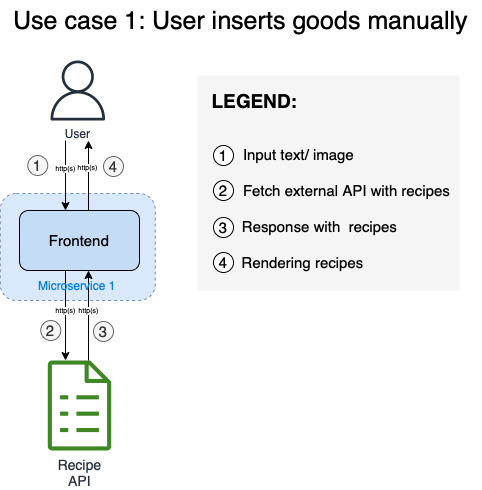
Earlier version of the draw.io export doc/architecture/bell-solution-architecture-UC-1.png (halaoner/bell-basel-hack-2022). Source tidied: cells renumbered, new cells last; positions are measured from the earlier drawing's top-left corner, leaving out a move shared by most shapes. Source of this version:
```xml
<mxGraphModel>
  <root>
    <mxCell id="0" />
    <mxCell id="1" parent="0" />
    <mxCell id="2" style="rounded=0;whiteSpace=wrap;html=1;fontSize=19;fillColor=#f5f5f5;fontColor=#333333;strokeColor=none;" parent="1" vertex="1">
      <mxGeometry x="197" y="75" width="262" height="215" as="geometry" />
    </mxCell>
    <mxCell id="3" style="rounded=1;whiteSpace=wrap;html=1;fontSize=7;dashed=1;fillColor=#dae8fc;strokeColor=#6c8ebf;" parent="1" vertex="1">
      <mxGeometry x="-0.2" y="193" width="155" height="107" as="geometry" />
    </mxCell>
    <mxCell id="4" value="&lt;font style=&quot;font-size: 14px;&quot;&gt;Recipe&lt;br&gt;API&lt;/font&gt;" style="sketch=0;fontColor=#232F3E;gradientColor=none;fillColor=#3F8624;strokeColor=none;dashed=0;verticalLabelPosition=bottom;verticalAlign=top;align=center;html=1;fontSize=12;fontStyle=0;shape=mxgraph.aws4.iot_greengrass_recipe;" parent="1" vertex="1">
      <mxGeometry x="47.3" y="360" width="63.5" height="90" as="geometry" />
    </mxCell>
    <mxCell id="5" style="edgeStyle=orthogonalEdgeStyle;rounded=0;orthogonalLoop=1;jettySize=auto;html=1;fontSize=15;startArrow=none;startFill=0;endArrow=classic;endFill=1;" parent="1" edge="1">
      <mxGeometry relative="1" as="geometry">
        <mxPoint x="65" y="270" as="sourcePoint" />
        <mxPoint x="65" y="360" as="targetPoint" />
      </mxGeometry>
    </mxCell>
    <mxCell id="6" value="http(s)" style="edgeLabel;html=1;align=center;verticalAlign=middle;fontSize=7;fontColor=#000000;" parent="5" vertex="1">
      <mxGeometry x="-0.13" relative="1" as="geometry" />
    </mxCell>
    <mxCell id="7" style="edgeStyle=orthogonalEdgeStyle;rounded=0;orthogonalLoop=1;jettySize=auto;html=1;fontSize=15;startArrow=classic;startFill=1;endArrow=none;endFill=0;" parent="1" edge="1">
      <mxGeometry relative="1" as="geometry">
        <mxPoint x="88" y="270" as="sourcePoint" />
        <mxPoint x="88" y="360" as="targetPoint" />
      </mxGeometry>
    </mxCell>
    <mxCell id="8" value="http(s)" style="edgeLabel;html=1;align=center;verticalAlign=middle;fontSize=7;fontColor=#000000;" parent="7" vertex="1">
      <mxGeometry x="-0.13" relative="1" as="geometry" />
    </mxCell>
    <mxCell id="9" style="edgeStyle=orthogonalEdgeStyle;rounded=0;orthogonalLoop=1;jettySize=auto;html=1;fontSize=15;startArrow=classic;startFill=1;endArrow=none;endFill=0;" parent="1" edge="1">
      <mxGeometry relative="1" as="geometry">
        <mxPoint x="65" y="210" as="sourcePoint" />
        <mxPoint x="65" y="140" as="targetPoint" />
      </mxGeometry>
    </mxCell>
    <mxCell id="10" value="http(s)" style="edgeLabel;html=1;align=center;verticalAlign=middle;fontSize=7;fontColor=#000000;" parent="9" vertex="1">
      <mxGeometry x="0.22" relative="1" as="geometry" />
    </mxCell>
    <mxCell id="11" value="&lt;font style=&quot;font-size: 15px;&quot;&gt;Frontend&lt;/font&gt;" style="rounded=1;whiteSpace=wrap;html=1;fillColor=#C4DCF5;" parent="1" vertex="1">
      <mxGeometry x="19" y="210" width="120" height="60" as="geometry" />
    </mxCell>
    <mxCell id="12" value="User" style="sketch=0;fontColor=#232F3E;gradientColor=none;fillColor=#232F3D;strokeColor=none;dashed=0;verticalLabelPosition=bottom;verticalAlign=top;align=center;html=1;fontSize=12;fontStyle=0;shape=mxgraph.aws4.user;" parent="1" vertex="1">
      <mxGeometry x="47.3" y="60" width="60" height="60" as="geometry" />
    </mxCell>
    <mxCell id="13" style="edgeStyle=orthogonalEdgeStyle;rounded=0;orthogonalLoop=1;jettySize=auto;html=1;fontSize=15;startArrow=none;startFill=0;endArrow=classic;endFill=1;" parent="1" edge="1">
      <mxGeometry relative="1" as="geometry">
        <mxPoint x="88" y="210" as="sourcePoint" />
        <mxPoint x="88" y="140" as="targetPoint" />
      </mxGeometry>
    </mxCell>
    <mxCell id="14" value="http(s)" style="edgeLabel;html=1;align=center;verticalAlign=middle;fontSize=7;fontColor=#000000;" parent="13" vertex="1">
      <mxGeometry x="0.29" y="1" relative="1" as="geometry">
        <mxPoint y="2" as="offset" />
      </mxGeometry>
    </mxCell>
    <mxCell id="15" value="Input text/ image" style="text;html=1;align=center;verticalAlign=middle;strokeColor=none;fillColor=none;fontSize=15;" parent="1" vertex="1">
      <mxGeometry x="233" y="139" width="130" height="30" as="geometry" />
    </mxCell>
    <mxCell id="16" value="Response with &amp;nbsp;recipes" style="text;html=1;align=center;verticalAlign=middle;strokeColor=none;fillColor=none;fontSize=15;" parent="1" vertex="1">
      <mxGeometry x="229" y="211" width="180" height="30" as="geometry" />
    </mxCell>
    <mxCell id="17" value="1" style="ellipse;whiteSpace=wrap;html=1;fontSize=15;" parent="1" vertex="1">
      <mxGeometry x="213" y="145" width="20" height="20" as="geometry" />
    </mxCell>
    <mxCell id="18" value="3" style="ellipse;whiteSpace=wrap;html=1;fontSize=15;" parent="1" vertex="1">
      <mxGeometry x="213" y="217" width="20" height="20" as="geometry" />
    </mxCell>
    <mxCell id="19" value="2" style="ellipse;whiteSpace=wrap;html=1;fontSize=15;" parent="1" vertex="1">
      <mxGeometry x="213" y="180" width="20" height="20" as="geometry" />
    </mxCell>
    <mxCell id="20" value="Fetch external API with recipes" style="text;html=1;align=center;verticalAlign=middle;strokeColor=none;fillColor=none;fontSize=15;" parent="1" vertex="1">
      <mxGeometry x="231" y="175" width="230" height="30" as="geometry" />
    </mxCell>
    <mxCell id="21" value="1" style="ellipse;whiteSpace=wrap;html=1;fontSize=15;fillColor=#f5f5f5;fontColor=#333333;strokeColor=#666666;" parent="1" vertex="1">
      <mxGeometry x="27.3" y="155" width="20" height="20" as="geometry" />
    </mxCell>
    <mxCell id="22" value="2" style="ellipse;whiteSpace=wrap;html=1;fontSize=15;fillColor=#f5f5f5;fontColor=#333333;strokeColor=#666666;" parent="1" vertex="1">
      <mxGeometry x="40.3" y="320" width="20" height="20" as="geometry" />
    </mxCell>
    <mxCell id="23" value="3" style="ellipse;whiteSpace=wrap;html=1;fontSize=15;fillColor=#f5f5f5;fontColor=#333333;strokeColor=#666666;" parent="1" vertex="1">
      <mxGeometry x="93" y="321" width="20" height="20" as="geometry" />
    </mxCell>
    <mxCell id="24" value="4" style="ellipse;whiteSpace=wrap;html=1;fontSize=15;fillColor=#f5f5f5;fontColor=#333333;strokeColor=#666666;" parent="1" vertex="1">
      <mxGeometry x="103" y="156" width="20" height="20" as="geometry" />
    </mxCell>
    <mxCell id="25" value="Rendering recipes" style="text;html=1;align=center;verticalAlign=middle;strokeColor=none;fillColor=none;fontSize=15;" parent="1" vertex="1">
      <mxGeometry x="227" y="247" width="150" height="30" as="geometry" />
    </mxCell>
    <mxCell id="26" value="4" style="ellipse;whiteSpace=wrap;html=1;fontSize=15;" parent="1" vertex="1">
      <mxGeometry x="213" y="252" width="20" height="20" as="geometry" />
    </mxCell>
    <mxCell id="27" value="&lt;font style=&quot;font-size: 25px;&quot;&gt;Use case 1: User inserts goods manually&lt;/font&gt;" style="text;html=1;align=center;verticalAlign=middle;strokeColor=none;fillColor=none;fontSize=19;" parent="1" vertex="1">
      <mxGeometry x="-0.2" width="480" height="40" as="geometry" />
    </mxCell>
    <mxCell id="28" value="&lt;font style=&quot;font-size: 19px;&quot;&gt;LEGEND:&lt;/font&gt;" style="text;html=1;align=center;verticalAlign=middle;strokeColor=none;fillColor=none;fontSize=15;fontStyle=1;" parent="1" vertex="1">
      <mxGeometry x="199" y="80" width="110" height="40" as="geometry" />
    </mxCell>
    <mxCell id="29" value="&lt;font color=&quot;#007fff&quot; style=&quot;font-size: 12px;&quot;&gt;Microservice 1&lt;/font&gt;" style="text;html=1;strokeColor=none;fillColor=none;align=center;verticalAlign=middle;whiteSpace=wrap;rounded=0;dashed=1;fontSize=7;" parent="1" vertex="1">
      <mxGeometry x="22.3" y="275" width="110" height="19" as="geometry" />
    </mxCell>
  </root>
</mxGraphModel>
```
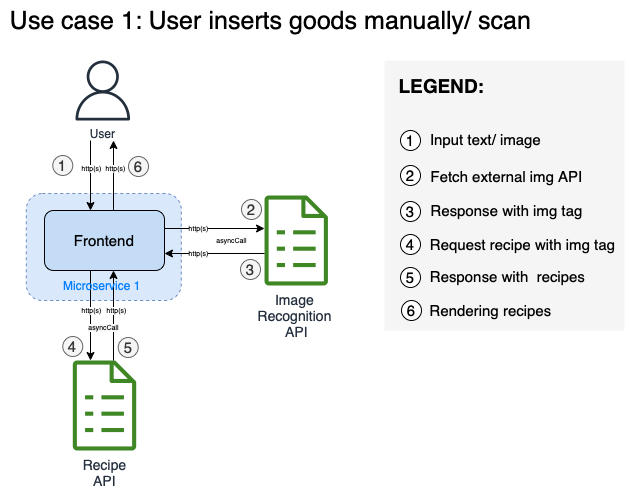
The same diagram one commit later.

Commit message:
Update architecture diagram

Change to the diagram source:
```diff
@@ -3,10 +3,10 @@
     <mxCell id="0" />
     <mxCell id="1" parent="0" />
     <mxCell id="2" style="rounded=0;whiteSpace=wrap;html=1;fontSize=19;fillColor=#f5f5f5;fontColor=#333333;strokeColor=none;" parent="1" vertex="1">
-      <mxGeometry x="197" y="75" width="262" height="215" as="geometry" />
+      <mxGeometry x="359" y="60" width="240" height="270" as="geometry" />
     </mxCell>
     <mxCell id="3" style="rounded=1;whiteSpace=wrap;html=1;fontSize=7;dashed=1;fillColor=#dae8fc;strokeColor=#6c8ebf;" parent="1" vertex="1">
-      <mxGeometry x="-0.2" y="193" width="155" height="107" as="geometry" />
+      <mxGeometry x="0.8" y="193" width="155" height="107" as="geometry" />
     </mxCell>
     <mxCell id="4" value="&lt;font style=&quot;font-size: 14px;&quot;&gt;Recipe&lt;br&gt;API&lt;/font&gt;" style="sketch=0;fontColor=#232F3E;gradientColor=none;fillColor=#3F8624;strokeColor=none;dashed=0;verticalLabelPosition=bottom;verticalAlign=top;align=center;html=1;fontSize=12;fontStyle=0;shape=mxgraph.aws4.iot_greengrass_recipe;" parent="1" vertex="1">
       <mxGeometry x="47.3" y="360" width="63.5" height="90" as="geometry" />
@@ -27,8 +27,15 @@
       </mxGeometry>
     </mxCell>
     <mxCell id="8" value="http(s)" style="edgeLabel;html=1;align=center;verticalAlign=middle;fontSize=7;fontColor=#000000;" parent="7" vertex="1">
-      <mxGeometry x="-0.13" relative="1" as="geometry" />
+      <mxGeometry x="-0.13" relative="1" as="geometry">
+        <mxPoint x="2" as="offset" />
+      </mxGeometry>
     </mxCell>
+    <mxCell id="30" value="&lt;span style=&quot;background-color: rgb(248, 249, 250);&quot;&gt;asyncCall&lt;/span&gt;" style="edgeLabel;html=1;align=center;verticalAlign=middle;fontSize=7;" parent="7" vertex="1">
+      <mxGeometry x="0.23" relative="1" as="geometry">
+        <mxPoint x="-11" as="offset" />
+      </mxGeometry>
+    </mxCell>
     <mxCell id="9" style="edgeStyle=orthogonalEdgeStyle;rounded=0;orthogonalLoop=1;jettySize=auto;html=1;fontSize=15;startArrow=classic;startFill=1;endArrow=none;endFill=0;" parent="1" edge="1">
       <mxGeometry relative="1" as="geometry">
         <mxPoint x="65" y="210" as="sourcePoint" />
@@ -52,53 +59,95 @@
     </mxCell>
     <mxCell id="14" value="http(s)" style="edgeLabel;html=1;align=center;verticalAlign=middle;fontSize=7;fontColor=#000000;" parent="13" vertex="1">
       <mxGeometry x="0.29" y="1" relative="1" as="geometry">
-        <mxPoint y="2" as="offset" />
+        <mxPoint x="2" y="2" as="offset" />
       </mxGeometry>
     </mxCell>
     <mxCell id="15" value="Input text/ image" style="text;html=1;align=center;verticalAlign=middle;strokeColor=none;fillColor=none;fontSize=15;" parent="1" vertex="1">
-      <mxGeometry x="233" y="139" width="130" height="30" as="geometry" />
+      <mxGeometry x="395" y="124" width="130" height="30" as="geometry" />
     </mxCell>
-    <mxCell id="16" value="Response with &amp;nbsp;recipes" style="text;html=1;align=center;verticalAlign=middle;strokeColor=none;fillColor=none;fontSize=15;" parent="1" vertex="1">
-      <mxGeometry x="229" y="211" width="180" height="30" as="geometry" />
+    <mxCell id="16" value="Response with img tag" style="text;html=1;align=center;verticalAlign=middle;strokeColor=none;fillColor=none;fontSize=15;" parent="1" vertex="1">
+      <mxGeometry x="391" y="195" width="180" height="30" as="geometry" />
     </mxCell>
     <mxCell id="17" value="1" style="ellipse;whiteSpace=wrap;html=1;fontSize=15;" parent="1" vertex="1">
-      <mxGeometry x="213" y="145" width="20" height="20" as="geometry" />
+      <mxGeometry x="375" y="130" width="20" height="20" as="geometry" />
     </mxCell>
     <mxCell id="18" value="3" style="ellipse;whiteSpace=wrap;html=1;fontSize=15;" parent="1" vertex="1">
-      <mxGeometry x="213" y="217" width="20" height="20" as="geometry" />
+      <mxGeometry x="375" y="201" width="20" height="20" as="geometry" />
     </mxCell>
     <mxCell id="19" value="2" style="ellipse;whiteSpace=wrap;html=1;fontSize=15;" parent="1" vertex="1">
-      <mxGeometry x="213" y="180" width="20" height="20" as="geometry" />
+      <mxGeometry x="375" y="165" width="20" height="20" as="geometry" />
     </mxCell>
-    <mxCell id="20" value="Fetch external API with recipes" style="text;html=1;align=center;verticalAlign=middle;strokeColor=none;fillColor=none;fontSize=15;" parent="1" vertex="1">
-      <mxGeometry x="231" y="175" width="230" height="30" as="geometry" />
+    <mxCell id="20" value="Fetch external img API" style="text;html=1;align=center;verticalAlign=middle;strokeColor=none;fillColor=none;fontSize=15;" parent="1" vertex="1">
+      <mxGeometry x="391" y="161" width="180" height="30" as="geometry" />
     </mxCell>
     <mxCell id="21" value="1" style="ellipse;whiteSpace=wrap;html=1;fontSize=15;fillColor=#f5f5f5;fontColor=#333333;strokeColor=#666666;" parent="1" vertex="1">
       <mxGeometry x="27.3" y="155" width="20" height="20" as="geometry" />
     </mxCell>
-    <mxCell id="22" value="2" style="ellipse;whiteSpace=wrap;html=1;fontSize=15;fillColor=#f5f5f5;fontColor=#333333;strokeColor=#666666;" parent="1" vertex="1">
-      <mxGeometry x="40.3" y="320" width="20" height="20" as="geometry" />
+    <mxCell id="22" value="4" style="ellipse;whiteSpace=wrap;html=1;fontSize=15;fillColor=#f5f5f5;fontColor=#333333;strokeColor=#666666;" parent="1" vertex="1">
+      <mxGeometry x="37.3" y="336" width="20" height="20" as="geometry" />
     </mxCell>
-    <mxCell id="23" value="3" style="ellipse;whiteSpace=wrap;html=1;fontSize=15;fillColor=#f5f5f5;fontColor=#333333;strokeColor=#666666;" parent="1" vertex="1">
-      <mxGeometry x="93" y="321" width="20" height="20" as="geometry" />
+    <mxCell id="23" value="5" style="ellipse;whiteSpace=wrap;html=1;fontSize=15;fillColor=#f5f5f5;fontColor=#333333;strokeColor=#666666;" parent="1" vertex="1">
+      <mxGeometry x="92.7" y="337" width="20" height="20" as="geometry" />
     </mxCell>
-    <mxCell id="24" value="4" style="ellipse;whiteSpace=wrap;html=1;fontSize=15;fillColor=#f5f5f5;fontColor=#333333;strokeColor=#666666;" parent="1" vertex="1">
+    <mxCell id="24" value="6" style="ellipse;whiteSpace=wrap;html=1;fontSize=15;fillColor=#f5f5f5;fontColor=#333333;strokeColor=#666666;" parent="1" vertex="1">
       <mxGeometry x="103" y="156" width="20" height="20" as="geometry" />
     </mxCell>
-    <mxCell id="25" value="Rendering recipes" style="text;html=1;align=center;verticalAlign=middle;strokeColor=none;fillColor=none;fontSize=15;" parent="1" vertex="1">
-      <mxGeometry x="227" y="247" width="150" height="30" as="geometry" />
+    <mxCell id="25" value="Request recipe with img tag" style="text;html=1;align=center;verticalAlign=middle;strokeColor=none;fillColor=none;fontSize=15;" parent="1" vertex="1">
+      <mxGeometry x="392" y="229" width="210" height="30" as="geometry" />
     </mxCell>
     <mxCell id="26" value="4" style="ellipse;whiteSpace=wrap;html=1;fontSize=15;" parent="1" vertex="1">
-      <mxGeometry x="213" y="252" width="20" height="20" as="geometry" />
+      <mxGeometry x="375" y="234" width="20" height="20" as="geometry" />
     </mxCell>
-    <mxCell id="27" value="&lt;font style=&quot;font-size: 25px;&quot;&gt;Use case 1: User inserts goods manually&lt;/font&gt;" style="text;html=1;align=center;verticalAlign=middle;strokeColor=none;fillColor=none;fontSize=19;" parent="1" vertex="1">
-      <mxGeometry x="-0.2" width="480" height="40" as="geometry" />
+    <mxCell id="27" value="&lt;font style=&quot;font-size: 25px;&quot;&gt;Use case 1: User inserts goods manually/ scan&lt;/font&gt;" style="text;html=1;align=center;verticalAlign=middle;strokeColor=none;fillColor=none;fontSize=19;" parent="1" vertex="1">
+      <mxGeometry x="-25.2" width="540" height="40" as="geometry" />
     </mxCell>
     <mxCell id="28" value="&lt;font style=&quot;font-size: 19px;&quot;&gt;LEGEND:&lt;/font&gt;" style="text;html=1;align=center;verticalAlign=middle;strokeColor=none;fillColor=none;fontSize=15;fontStyle=1;" parent="1" vertex="1">
-      <mxGeometry x="199" y="80" width="110" height="40" as="geometry" />
+      <mxGeometry x="361" y="65" width="110" height="40" as="geometry" />
     </mxCell>
     <mxCell id="29" value="&lt;font color=&quot;#007fff&quot; style=&quot;font-size: 12px;&quot;&gt;Microservice 1&lt;/font&gt;" style="text;html=1;strokeColor=none;fillColor=none;align=center;verticalAlign=middle;whiteSpace=wrap;rounded=0;dashed=1;fontSize=7;" parent="1" vertex="1">
       <mxGeometry x="22.3" y="275" width="110" height="19" as="geometry" />
     </mxCell>
+    <mxCell id="31" value="&lt;span style=&quot;font-size: 14px;&quot;&gt;Image &lt;br&gt;Recognition&amp;nbsp;&lt;br&gt;API&lt;/span&gt;" style="sketch=0;fontColor=#232F3E;gradientColor=none;fillColor=#3F8624;strokeColor=none;dashed=0;verticalLabelPosition=bottom;verticalAlign=top;align=center;html=1;fontSize=12;fontStyle=0;shape=mxgraph.aws4.iot_greengrass_recipe;" parent="1" vertex="1">
+      <mxGeometry x="239" y="195" width="63.5" height="90" as="geometry" />
+    </mxCell>
+    <mxCell id="32" style="edgeStyle=orthogonalEdgeStyle;rounded=0;orthogonalLoop=1;jettySize=auto;html=1;exitX=1;exitY=0.5;exitDx=0;exitDy=0;" parent="1" edge="1">
+      <mxGeometry relative="1" as="geometry">
+        <mxPoint x="139" y="228" as="sourcePoint" />
+        <mxPoint x="239" y="228" as="targetPoint" />
+      </mxGeometry>
+    </mxCell>
+    <mxCell id="33" style="edgeStyle=orthogonalEdgeStyle;rounded=0;orthogonalLoop=1;jettySize=auto;html=1;exitX=1;exitY=0.5;exitDx=0;exitDy=0;startArrow=classic;startFill=1;endArrow=none;endFill=0;" parent="1" edge="1">
+      <mxGeometry relative="1" as="geometry">
+        <mxPoint x="139" y="253" as="sourcePoint" />
+        <mxPoint x="239" y="253" as="targetPoint" />
+      </mxGeometry>
+    </mxCell>
+    <mxCell id="34" value="&lt;span style=&quot;font-size: 7px; background-color: rgb(255, 255, 255);&quot;&gt;http(s)&lt;/span&gt;" style="text;html=1;align=center;verticalAlign=middle;strokeColor=none;fillColor=none;" parent="1" vertex="1">
+      <mxGeometry x="153" y="211" width="40" height="30" as="geometry" />
+    </mxCell>
+    <mxCell id="35" value="&lt;span style=&quot;font-size: 7px; background-color: rgb(255, 255, 255);&quot;&gt;http(s)&lt;/span&gt;" style="text;html=1;align=center;verticalAlign=middle;strokeColor=none;fillColor=none;" parent="1" vertex="1">
+      <mxGeometry x="153" y="236" width="40" height="30" as="geometry" />
+    </mxCell>
+    <mxCell id="36" value="2" style="ellipse;whiteSpace=wrap;html=1;fontSize=15;fillColor=#f5f5f5;fontColor=#333333;strokeColor=#666666;" parent="1" vertex="1">
+      <mxGeometry x="216" y="199" width="20" height="20" as="geometry" />
+    </mxCell>
+    <mxCell id="37" value="3" style="ellipse;whiteSpace=wrap;html=1;fontSize=15;fillColor=#f5f5f5;fontColor=#333333;strokeColor=#666666;" parent="1" vertex="1">
+      <mxGeometry x="215" y="259" width="20" height="20" as="geometry" />
+    </mxCell>
+    <mxCell id="38" value="asyncCall" style="text;html=1;align=center;verticalAlign=middle;strokeColor=none;fillColor=none;fontSize=7;" parent="1" vertex="1">
+      <mxGeometry x="181" y="230" width="50" height="20" as="geometry" />
+    </mxCell>
+    <mxCell id="39" value="Response with &amp;nbsp;recipes" style="text;html=1;align=center;verticalAlign=middle;strokeColor=none;fillColor=none;fontSize=15;" parent="1" vertex="1">
+      <mxGeometry x="392" y="261" width="180" height="30" as="geometry" />
+    </mxCell>
+    <mxCell id="40" value="5" style="ellipse;whiteSpace=wrap;html=1;fontSize=15;" parent="1" vertex="1">
+      <mxGeometry x="375" y="267" width="20" height="20" as="geometry" />
+    </mxCell>
+    <mxCell id="41" value="Rendering recipes" style="text;html=1;align=center;verticalAlign=middle;strokeColor=none;fillColor=none;fontSize=15;" parent="1" vertex="1">
+      <mxGeometry x="390" y="295" width="150" height="30" as="geometry" />
+    </mxCell>
+    <mxCell id="42" value="6" style="ellipse;whiteSpace=wrap;html=1;fontSize=15;" parent="1" vertex="1">
+      <mxGeometry x="376" y="300" width="20" height="20" as="geometry" />
+    </mxCell>
   </root>
 </mxGraphModel>
```
